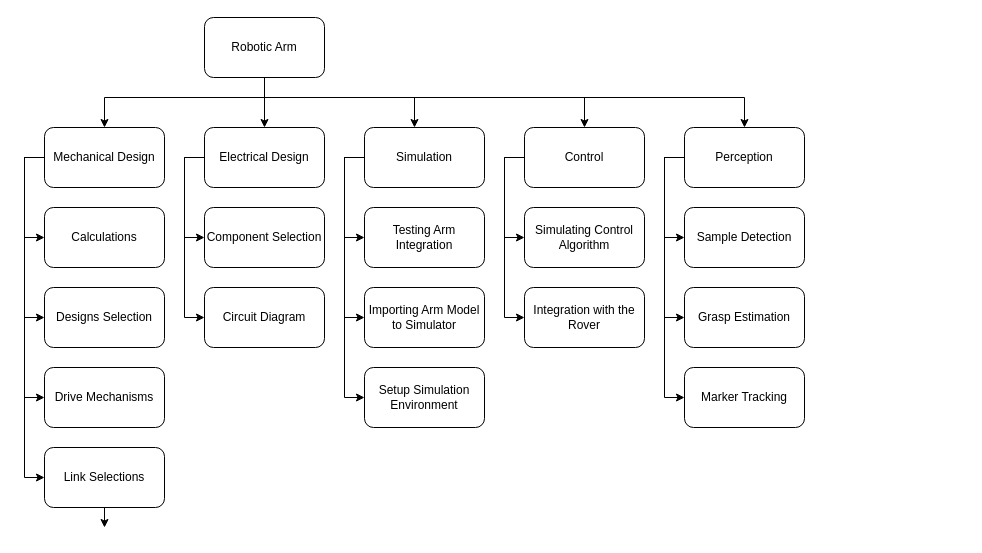
Above: ArmWBS.drawio in ASU-ROAR-Team/preliminary-report-diagrams (draw.io), before the change. Source tidied: cells renumbered, new cells numbered last; positions are measured from the earlier drawing's top-left corner, leaving out a move shared by most shapes. Both pictures are drawn from the tidied source at 100%, with x=0, y=0 at pixel (24, 17).
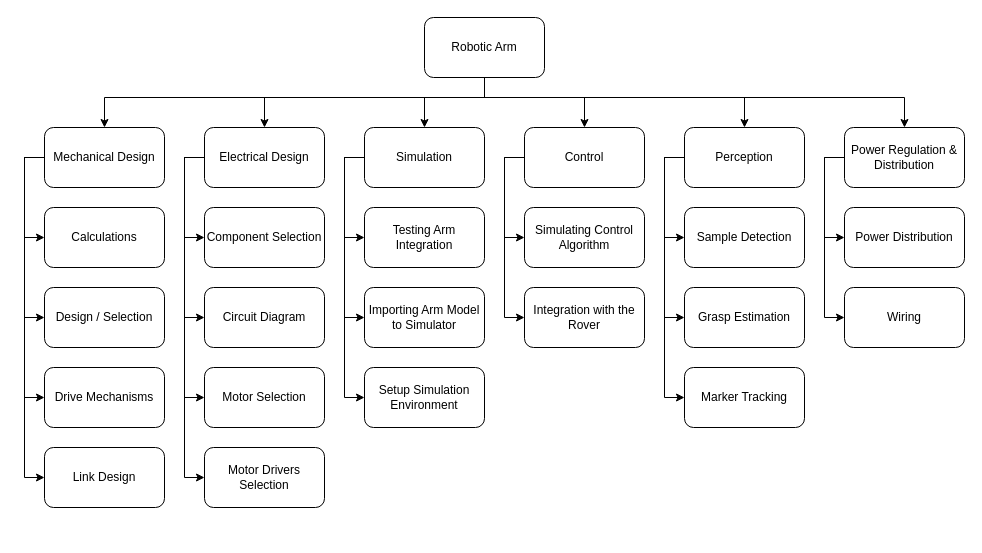
The same diagram, later.

Commit message:
Update ArmWBS.drawio Final - Not reviewed

The change refers to these unchanged cells:
```xml
<mxCell id="10" value="Mechanical Design" style="rounded=1;whiteSpace=wrap;html=1;" parent="1" vertex="1">
  <mxGeometry x="20" y="110" width="120" height="60" as="geometry" />
</mxCell>
<mxCell id="13" value="Control" style="rounded=1;whiteSpace=wrap;html=1;" parent="1" vertex="1">
  <mxGeometry x="500" y="110" width="120" height="60" as="geometry" />
</mxCell>
<mxCell id="17" value="Simulation" style="rounded=1;whiteSpace=wrap;html=1;" parent="1" vertex="1">
  <mxGeometry x="340" y="110" width="120" height="60" as="geometry" />
</mxCell>
<mxCell id="20" value="Electrical Design" style="rounded=1;whiteSpace=wrap;html=1;" parent="1" vertex="1">
  <mxGeometry x="180" y="110" width="120" height="60" as="geometry" />
</mxCell>
<mxCell id="24" value="Perception" style="rounded=1;whiteSpace=wrap;html=1;" parent="1" vertex="1">
  <mxGeometry x="660" y="110" width="120" height="60" as="geometry" />
</mxCell>
```

Diff of the diagram source:
```diff
@@
     <mxCell id="2" style="edgeStyle=orthogonalEdgeStyle;rounded=0;jettySize=auto;html=1;" parent="1" edge="1" source="7" target="10">
       <mxGeometry relative="1" as="geometry">
         <Array as="points">
-          <mxPoint x="240" y="80" />
+          <mxPoint x="460" y="80" />
           <mxPoint x="80" y="80" />
         </Array>
       </mxGeometry>
     </mxCell>
     <mxCell id="3" style="edgeStyle=orthogonalEdgeStyle;rounded=0;jettySize=auto;html=1;" parent="1" edge="1" source="7" target="13">
       <mxGeometry relative="1" as="geometry">
         <Array as="points">
-          <mxPoint x="240" y="80" />
+          <mxPoint x="460" y="80" />
           <mxPoint x="560" y="80" />
         </Array>
       </mxGeometry>
     </mxCell>
-    <mxCell id="4" style="edgeStyle=orthogonalEdgeStyle;rounded=0;jettySize=auto;html=1;" parent="1" edge="1" source="7" target="17">
+    <mxCell id="4" style="edgeStyle=orthogonalEdgeStyle;rounded=0;jettySize=auto;html=1;entryX=0.5;entryY=0;entryDx=0;entryDy=0;" parent="1" edge="1" source="7" target="17">
       <mxGeometry relative="1" as="geometry">
         <Array as="points">
-          <mxPoint x="240" y="80" />
-          <mxPoint x="390" y="80" />
+          <mxPoint x="460" y="80" />
+          <mxPoint x="400" y="80" />
         </Array>
       </mxGeometry>
     </mxCell>
-    <mxCell id="5" style="edgeStyle=orthogonalEdgeStyle;rounded=0;jettySize=auto;html=1;" parent="1" edge="1" source="7" target="20">
-      <mxGeometry relative="1" as="geometry" />
+    <mxCell id="5" style="edgeStyle=orthogonalEdgeStyle;rounded=0;jettySize=auto;html=1;exitX=0.5;exitY=1;exitDx=0;exitDy=0;" parent="1" edge="1" source="7" target="20">
+      <mxGeometry relative="1" as="geometry">
+        <Array as="points">
+          <mxPoint x="460" y="80" />
+          <mxPoint x="240" y="80" />
+        </Array>
+      </mxGeometry>
     </mxCell>
     <mxCell id="6" style="edgeStyle=orthogonalEdgeStyle;rounded=0;jettySize=auto;html=1;" parent="1" edge="1" source="7" target="24">
       <mxGeometry relative="1" as="geometry">
         <Array as="points">
-          <mxPoint x="240" y="80" />
+          <mxPoint x="460" y="80" />
           <mxPoint x="720" y="80" />
         </Array>
       </mxGeometry>
     </mxCell>
     <mxCell id="7" value="Robotic Arm" style="rounded=1;whiteSpace=wrap;html=1;" parent="1" vertex="1">
-      <mxGeometry x="180" width="120" height="60" as="geometry" />
+      <mxGeometry x="400" width="120" height="60" as="geometry" />
     </mxCell>
@@
+    <mxCell id="42" style="edgeStyle=orthogonalEdgeStyle;rounded=0;jettySize=auto;html=1;entryX=0;entryY=0.5;entryDx=0;entryDy=0;exitX=0;exitY=0.5;exitDx=0;exitDy=0;" parent="1" edge="1" source="20" target="44">
+      <mxGeometry relative="1" as="geometry" />
+    </mxCell>
+    <mxCell id="43" style="edgeStyle=orthogonalEdgeStyle;rounded=0;jettySize=auto;html=1;entryX=0;entryY=0.5;entryDx=0;entryDy=0;" parent="1" edge="1" source="20" target="45">
+      <mxGeometry relative="1" as="geometry">
+        <Array as="points">
+          <mxPoint x="160" y="140" />
+          <mxPoint x="160" y="460" />
+        </Array>
+      </mxGeometry>
+    </mxCell>
@@
-    <mxCell id="27" value="Designs Selection" style="rounded=1;whiteSpace=wrap;html=1;" parent="1" vertex="1">
+    <mxCell id="27" value="Design / Selection" style="rounded=1;whiteSpace=wrap;html=1;" parent="1" vertex="1">
       <mxGeometry x="20" y="270" width="120" height="60" as="geometry" />
     </mxCell>
@@
-    <mxCell id="30" style="edgeStyle=orthogonalEdgeStyle;rounded=0;jettySize=auto;html=1;" parent="1" edge="1" source="31">
-      <mxGeometry relative="1" as="geometry">
-        <mxPoint x="80" y="510" as="targetPoint" />
-      </mxGeometry>
-    </mxCell>
-    <mxCell id="31" value="Link Selections" style="rounded=1;whiteSpace=wrap;html=1;" parent="1" vertex="1">
+    <mxCell id="31" value="Link Design" style="rounded=1;whiteSpace=wrap;html=1;" parent="1" vertex="1">
       <mxGeometry x="20" y="430" width="120" height="60" as="geometry" />
     </mxCell>
@@
+    <mxCell id="44" value="Motor Selection" style="rounded=1;whiteSpace=wrap;html=1;" parent="1" vertex="1">
+      <mxGeometry x="180" y="350" width="120" height="60" as="geometry" />
+    </mxCell>
+    <mxCell id="45" value="Motor Drivers Selection" style="rounded=1;whiteSpace=wrap;html=1;" parent="1" vertex="1">
+      <mxGeometry x="180" y="430" width="120" height="60" as="geometry" />
+    </mxCell>
+    <mxCell id="46" style="edgeStyle=orthogonalEdgeStyle;rounded=0;jettySize=auto;html=1;exitX=0.5;exitY=1;exitDx=0;exitDy=0;" parent="1" edge="1" source="7" target="49">
+      <mxGeometry relative="1" as="geometry">
+        <Array as="points">
+          <mxPoint x="460" y="80" />
+          <mxPoint x="880" y="80" />
+        </Array>
+      </mxGeometry>
+    </mxCell>
+    <mxCell id="47" style="edgeStyle=orthogonalEdgeStyle;rounded=0;jettySize=auto;html=1;" parent="1" edge="1" source="49" target="50">
+      <mxGeometry relative="1" as="geometry">
+        <Array as="points">
+          <mxPoint x="800" y="140" />
+          <mxPoint x="800" y="220" />
+        </Array>
+      </mxGeometry>
+    </mxCell>
+    <mxCell id="48" style="edgeStyle=orthogonalEdgeStyle;rounded=0;jettySize=auto;html=1;" parent="1" edge="1" source="49" target="51">
+      <mxGeometry relative="1" as="geometry">
+        <Array as="points">
+          <mxPoint x="800" y="140" />
+          <mxPoint x="800" y="300" />
+        </Array>
+      </mxGeometry>
+    </mxCell>
+    <mxCell id="49" value="Power Regulation &amp;amp; Distribution" style="rounded=1;whiteSpace=wrap;html=1;" parent="1" vertex="1">
+      <mxGeometry x="820" y="110" width="120" height="60" as="geometry" />
+    </mxCell>
+    <mxCell id="50" value="Power Distribution" style="rounded=1;whiteSpace=wrap;html=1;" parent="1" vertex="1">
+      <mxGeometry x="820" y="190" width="120" height="60" as="geometry" />
+    </mxCell>
+    <mxCell id="51" value="Wiring" style="rounded=1;whiteSpace=wrap;html=1;" parent="1" vertex="1">
+      <mxGeometry x="820" y="270" width="120" height="60" as="geometry" />
+    </mxCell>
```
